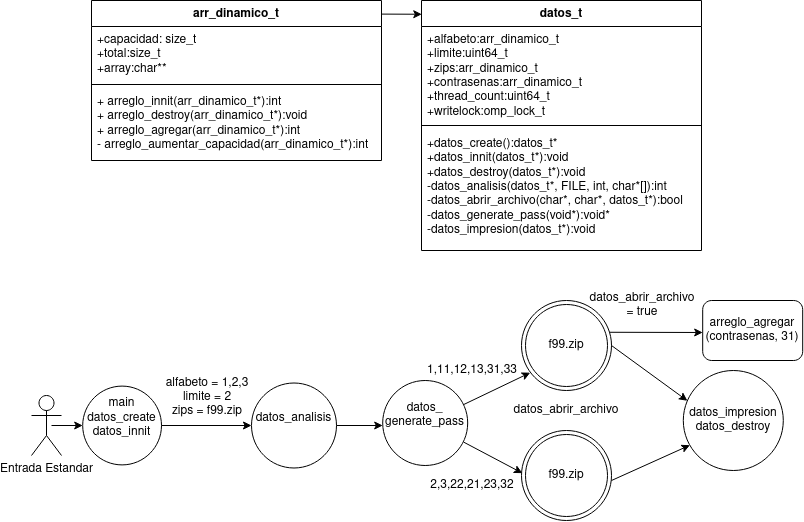
Before: tareas/zippas_omp/desing/zippas_omp_diagram.png, a diagram exported from draw.io (Dario-Murillo/Parallel-and-Concurrent-Programming). Source tidied: cells renumbered, new cells last; positions are measured from the earlier drawing's top-left corner, leaving out a move shared by most shapes. Source of this version:
```xml
<mxGraphModel background="#FFFFFF">
  <root>
    <mxCell id="0" />
    <mxCell id="1" parent="0" />
    <mxCell id="2" value="Entrada Estandar" style="shape=umlActor;verticalLabelPosition=bottom;verticalAlign=top;html=1;" parent="1" vertex="1">
      <mxGeometry y="395" width="30" height="60" as="geometry" />
    </mxCell>
    <mxCell id="3" value="datos_t" style="swimlane;fontStyle=1;align=center;verticalAlign=top;horizontal=1;startSize=26;whiteSpace=wrap;html=1;" parent="1" vertex="1">
      <mxGeometry x="390" width="280" height="250" as="geometry" />
    </mxCell>
    <mxCell id="4" value="&lt;div&gt;+alfabeto:arr_dinamico_t&lt;/div&gt;&lt;div&gt;+limite:uint64_t&lt;/div&gt;&lt;div&gt;+zips:arr_dinamico_t&lt;/div&gt;&lt;div&gt;+contrasenas:arr_dinamico_t&lt;/div&gt;&lt;div&gt;+thread_count:uint64_t&lt;/div&gt;+writelock:omp_lock_t" style="text;strokeColor=none;fillColor=none;align=left;verticalAlign=top;spacingLeft=4;spacingRight=4;overflow=hidden;whiteSpace=wrap;html=1;" parent="3" vertex="1">
      <mxGeometry y="26" width="280" height="94" as="geometry" />
    </mxCell>
    <mxCell id="5" style="line;strokeWidth=1;fillColor=none;align=left;verticalAlign=middle;spacingTop=-1;spacingLeft=3;spacingRight=3;labelPosition=right;strokeColor=inherit;" parent="3" vertex="1">
      <mxGeometry y="120" width="280" height="10" as="geometry" />
    </mxCell>
    <mxCell id="6" value="&lt;div&gt;+datos_create():datos_t*&lt;/div&gt;&lt;div&gt;+datos_innit(datos_t*):void&lt;/div&gt;&lt;div&gt;+datos_destroy(datos_t*):void&lt;/div&gt;&lt;div&gt;-datos_analisis(datos_t*, FILE, int, char*[]):int&lt;/div&gt;&lt;div&gt;-datos_abrir_archivo(char*, char*, datos_t*):bool&lt;/div&gt;&lt;div&gt;-datos_generate_pass(void*):void*&lt;/div&gt;&lt;div&gt;-datos_impresion(datos_t*):void&lt;/div&gt;&lt;div&gt;&lt;br&gt;&lt;/div&gt;" style="text;strokeColor=none;fillColor=none;align=left;verticalAlign=top;spacingLeft=4;spacingRight=4;overflow=hidden;whiteSpace=wrap;html=1;" parent="3" vertex="1">
      <mxGeometry y="130" width="280" height="120" as="geometry" />
    </mxCell>
    <mxCell id="7" value="arr_dinamico_t" style="swimlane;fontStyle=1;align=center;verticalAlign=top;horizontal=1;startSize=26;whiteSpace=wrap;html=1;" parent="1" vertex="1">
      <mxGeometry x="60" width="290" height="160" as="geometry" />
    </mxCell>
    <mxCell id="8" value="&lt;div&gt;+capacidad: size_t&lt;/div&gt;&lt;div&gt;+total:size_t&lt;/div&gt;&lt;div&gt;+array:char**&lt;br&gt;&lt;/div&gt;&lt;div&gt;&lt;br&gt;&lt;/div&gt;" style="text;strokeColor=none;fillColor=none;align=left;verticalAlign=top;spacingLeft=4;spacingRight=4;overflow=hidden;whiteSpace=wrap;html=1;" parent="7" vertex="1">
      <mxGeometry y="26" width="290" height="54" as="geometry" />
    </mxCell>
    <mxCell id="9" style="line;strokeWidth=1;fillColor=none;align=left;verticalAlign=middle;spacingTop=-1;spacingLeft=3;spacingRight=3;labelPosition=right;strokeColor=inherit;" parent="7" vertex="1">
      <mxGeometry y="80" width="290" height="8" as="geometry" />
    </mxCell>
    <mxCell id="10" value="&lt;div&gt;+ arreglo_innit(arr_dinamico_t*):int&lt;/div&gt;&lt;div&gt;+ arreglo_destroy(arr_dinamico_t*):void&lt;/div&gt;&lt;div&gt;+ arreglo_agregar(arr_dinamico_t*):int&lt;/div&gt;&lt;div&gt;- arreglo_aumentar_capacidad(arr_dinamico_t*):int&lt;/div&gt;" style="text;strokeColor=none;fillColor=none;align=left;verticalAlign=top;spacingLeft=4;spacingRight=4;overflow=hidden;whiteSpace=wrap;html=1;" parent="7" vertex="1">
      <mxGeometry y="88" width="290" height="72" as="geometry" />
    </mxCell>
    <mxCell id="11" style="endArrow=classic;html=1;rounded=0;exitX=0.999;exitY=0.085;exitDx=0;exitDy=0;exitPerimeter=0;entryX=0.001;entryY=0.055;entryDx=0;entryDy=0;entryPerimeter=0;" parent="1" edge="1" source="7" target="3">
      <mxGeometry relative="1" as="geometry" />
    </mxCell>
    <mxCell id="12" value="&lt;div&gt;main&lt;/div&gt;&lt;div&gt;datos_create&lt;/div&gt;&lt;div&gt;datos_innit&lt;br&gt;&lt;/div&gt;&lt;div&gt;&lt;br&gt;&lt;/div&gt;" style="ellipse;whiteSpace=wrap;html=1;" parent="1" vertex="1">
      <mxGeometry x="51.2" y="385.6" width="78.8" height="78.8" as="geometry" />
    </mxCell>
    <mxCell id="13" style="endArrow=classic;html=1;rounded=0;exitX=1;exitY=0.5;exitDx=0;exitDy=0;" parent="1" edge="1" source="12">
      <mxGeometry relative="1" as="geometry">
        <mxPoint x="220" y="425" as="targetPoint" />
      </mxGeometry>
    </mxCell>
    <mxCell id="14" value="&lt;div&gt;datos_analisis&lt;/div&gt;&lt;div&gt;&lt;br&gt;&lt;/div&gt;" style="ellipse;whiteSpace=wrap;html=1;" parent="1" vertex="1">
      <mxGeometry x="220" y="382.5" width="85" height="85" as="geometry" />
    </mxCell>
    <mxCell id="15" style="endArrow=classic;html=1;rounded=0;entryX=0.097;entryY=0.802;entryDx=0;entryDy=0;entryPerimeter=0;" parent="1" edge="1" source="28" target="17">
      <mxGeometry relative="1" as="geometry" />
    </mxCell>
    <mxCell id="16" style="endArrow=classic;html=1;rounded=0;entryX=0.01;entryY=0.474;entryDx=0;entryDy=0;exitX=0.953;exitY=0.725;exitDx=0;exitDy=0;exitPerimeter=0;entryPerimeter=0;" parent="1" edge="1" source="28" target="18">
      <mxGeometry relative="1" as="geometry" />
    </mxCell>
    <mxCell id="17" value="&lt;div&gt;&lt;br&gt;&lt;/div&gt;&lt;div&gt;&lt;br&gt;&lt;/div&gt;" style="ellipse;shape=doubleEllipse;whiteSpace=wrap;html=1;" parent="1" vertex="1">
      <mxGeometry x="490" y="300" width="90" height="90" as="geometry" />
    </mxCell>
    <mxCell id="18" value="&lt;div&gt;&lt;br&gt;&lt;/div&gt;&lt;div&gt;&lt;br&gt;&lt;/div&gt;" style="ellipse;shape=doubleEllipse;whiteSpace=wrap;html=1;" parent="1" vertex="1">
      <mxGeometry x="490" y="430" width="90" height="90" as="geometry" />
    </mxCell>
    <mxCell id="19" value="&lt;div&gt;alfabeto = 1,2,3&lt;/div&gt;&lt;div&gt;limite = 2&lt;br&gt;&lt;/div&gt;&lt;div&gt;zips = f99.zip&lt;/div&gt;" style="text;html=1;strokeColor=none;fillColor=none;align=center;verticalAlign=middle;whiteSpace=wrap;rounded=0;" parent="1" vertex="1">
      <mxGeometry x="116.2" y="382.5" width="120" height="30" as="geometry" />
    </mxCell>
    <mxCell id="20" style="endArrow=classic;html=1;rounded=0;" parent="1" edge="1">
      <mxGeometry relative="1" as="geometry">
        <mxPoint x="20" y="425" as="sourcePoint" />
        <mxPoint x="51.2" y="425" as="targetPoint" />
      </mxGeometry>
    </mxCell>
    <mxCell id="21" style="endArrow=classic;html=1;rounded=0;entryX=0.041;entryY=0.303;entryDx=0;entryDy=0;entryPerimeter=0;exitX=1;exitY=0.5;exitDx=0;exitDy=0;" parent="1" edge="1" source="17" target="23">
      <mxGeometry relative="1" as="geometry" />
    </mxCell>
    <mxCell id="22" style="endArrow=classic;html=1;rounded=0;entryX=0.066;entryY=0.747;entryDx=0;entryDy=0;entryPerimeter=0;" parent="1" edge="1" target="23">
      <mxGeometry relative="1" as="geometry">
        <mxPoint x="580" y="480" as="sourcePoint" />
      </mxGeometry>
    </mxCell>
    <mxCell id="23" value="&lt;div&gt;datos_impresion&lt;/div&gt;&lt;div&gt;datos_destroy&lt;br&gt;&lt;/div&gt;" style="ellipse;whiteSpace=wrap;html=1;" parent="1" vertex="1">
      <mxGeometry x="651.8" y="370" width="100" height="100" as="geometry" />
    </mxCell>
    <mxCell id="24" style="endArrow=classic;html=1;rounded=0;exitX=1;exitY=0.5;exitDx=0;exitDy=0;" parent="1" edge="1" source="14">
      <mxGeometry relative="1" as="geometry">
        <mxPoint x="351.2" y="425" as="targetPoint" />
      </mxGeometry>
    </mxCell>
    <mxCell id="25" value="&lt;div&gt;datos_abrir_archivo&lt;/div&gt;" style="text;html=1;strokeColor=none;fillColor=none;align=center;verticalAlign=middle;whiteSpace=wrap;rounded=0;" parent="1" vertex="1">
      <mxGeometry x="475" y="395" width="120" height="30" as="geometry" />
    </mxCell>
    <mxCell id="26" value="&lt;div&gt;f99.zip&lt;/div&gt;" style="text;html=1;strokeColor=none;fillColor=none;align=center;verticalAlign=middle;whiteSpace=wrap;rounded=0;" parent="1" vertex="1">
      <mxGeometry x="510" y="335" width="50" height="20" as="geometry" />
    </mxCell>
    <mxCell id="27" value="&lt;div&gt;f99.zip&lt;/div&gt;" style="text;html=1;strokeColor=none;fillColor=none;align=center;verticalAlign=middle;whiteSpace=wrap;rounded=0;" parent="1" vertex="1">
      <mxGeometry x="510" y="465" width="50" height="20" as="geometry" />
    </mxCell>
    <mxCell id="28" value="&lt;div&gt;datos_&lt;/div&gt;&lt;div&gt;generate_pass&lt;/div&gt;&lt;div&gt;&lt;br&gt;&lt;/div&gt;" style="ellipse;whiteSpace=wrap;html=1;" parent="1" vertex="1">
      <mxGeometry x="351.2" y="380" width="85" height="85" as="geometry" />
    </mxCell>
    <mxCell id="29" value="1,11,12,13,31,33" style="text;html=1;strokeColor=none;fillColor=none;align=center;verticalAlign=middle;whiteSpace=wrap;rounded=0;" parent="1" vertex="1">
      <mxGeometry x="381.2" y="355" width="120" height="30" as="geometry" />
    </mxCell>
    <mxCell id="30" value="2,3,22,21,23,32" style="text;html=1;strokeColor=none;fillColor=none;align=center;verticalAlign=middle;whiteSpace=wrap;rounded=0;" parent="1" vertex="1">
      <mxGeometry x="381.2" y="470" width="120" height="30" as="geometry" />
    </mxCell>
    <mxCell id="31" style="endArrow=classic;html=1;rounded=0;exitX=0.979;exitY=0.353;exitDx=0;exitDy=0;exitPerimeter=0;" parent="1" edge="1" source="17">
      <mxGeometry relative="1" as="geometry">
        <mxPoint x="671.2" y="332" as="targetPoint" />
      </mxGeometry>
    </mxCell>
    <mxCell id="32" value="&lt;div&gt;datos_abrir_archivo &lt;br&gt;&lt;/div&gt;&lt;div&gt;= true&lt;br&gt;&lt;/div&gt;" style="text;html=1;strokeColor=none;fillColor=none;align=center;verticalAlign=middle;whiteSpace=wrap;rounded=0;" parent="1" vertex="1">
      <mxGeometry x="551.2" y="290" width="120" height="30" as="geometry" />
    </mxCell>
    <mxCell id="33" value="&lt;div&gt;arreglo_agregar&lt;/div&gt;&lt;div&gt;(contrasenas, 31)&lt;/div&gt;" style="rounded=1;whiteSpace=wrap;html=1;" parent="1" vertex="1">
      <mxGeometry x="671.2" y="300" width="100" height="60" as="geometry" />
    </mxCell>
  </root>
</mxGraphModel>
```
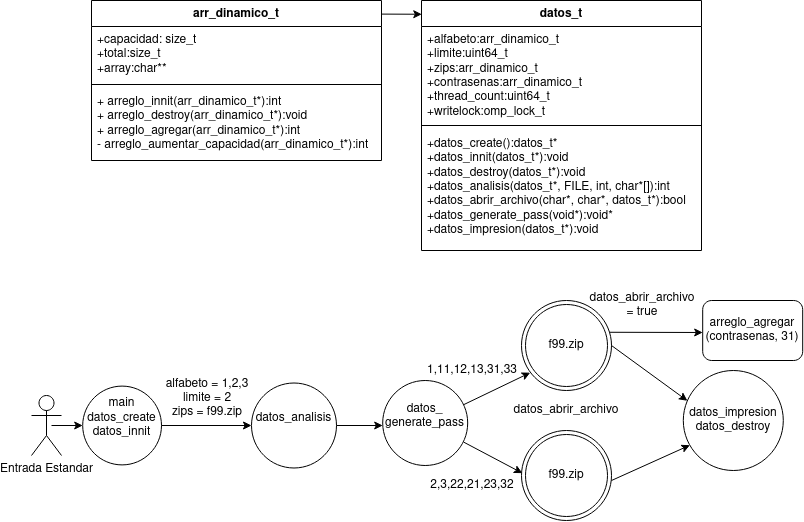
The same file after the commit.

Commit message:
se actualiza la carpeta de design

Change to the diagram source:
```diff
@@ -14,7 +14,7 @@
     <mxCell id="5" style="line;strokeWidth=1;fillColor=none;align=left;verticalAlign=middle;spacingTop=-1;spacingLeft=3;spacingRight=3;labelPosition=right;strokeColor=inherit;" parent="3" vertex="1">
       <mxGeometry y="120" width="280" height="10" as="geometry" />
     </mxCell>
-    <mxCell id="6" value="&lt;div&gt;+datos_create():datos_t*&lt;/div&gt;&lt;div&gt;+datos_innit(datos_t*):void&lt;/div&gt;&lt;div&gt;+datos_destroy(datos_t*):void&lt;/div&gt;&lt;div&gt;-datos_analisis(datos_t*, FILE, int, char*[]):int&lt;/div&gt;&lt;div&gt;-datos_abrir_archivo(char*, char*, datos_t*):bool&lt;/div&gt;&lt;div&gt;-datos_generate_pass(void*):void*&lt;/div&gt;&lt;div&gt;-datos_impresion(datos_t*):void&lt;/div&gt;&lt;div&gt;&lt;br&gt;&lt;/div&gt;" style="text;strokeColor=none;fillColor=none;align=left;verticalAlign=top;spacingLeft=4;spacingRight=4;overflow=hidden;whiteSpace=wrap;html=1;" parent="3" vertex="1">
+    <mxCell id="6" value="&lt;div&gt;+datos_create():datos_t*&lt;/div&gt;&lt;div&gt;+datos_innit(datos_t*):void&lt;/div&gt;&lt;div&gt;+datos_destroy(datos_t*):void&lt;/div&gt;&lt;div&gt;+datos_analisis(datos_t*, FILE, int, char*[]):int&lt;/div&gt;&lt;div&gt;+datos_abrir_archivo(char*, char*, datos_t*):bool&lt;/div&gt;&lt;div&gt;+datos_generate_pass(void*):void*&lt;/div&gt;&lt;div&gt;+datos_impresion(datos_t*):void&lt;/div&gt;&lt;div&gt;&lt;br&gt;&lt;/div&gt;" style="text;strokeColor=none;fillColor=none;align=left;verticalAlign=top;spacingLeft=4;spacingRight=4;overflow=hidden;whiteSpace=wrap;html=1;" parent="3" vertex="1">
       <mxGeometry y="130" width="280" height="120" as="geometry" />
     </mxCell>
     <mxCell id="7" value="arr_dinamico_t" style="swimlane;fontStyle=1;align=center;verticalAlign=top;horizontal=1;startSize=26;whiteSpace=wrap;html=1;" parent="1" vertex="1">
```
